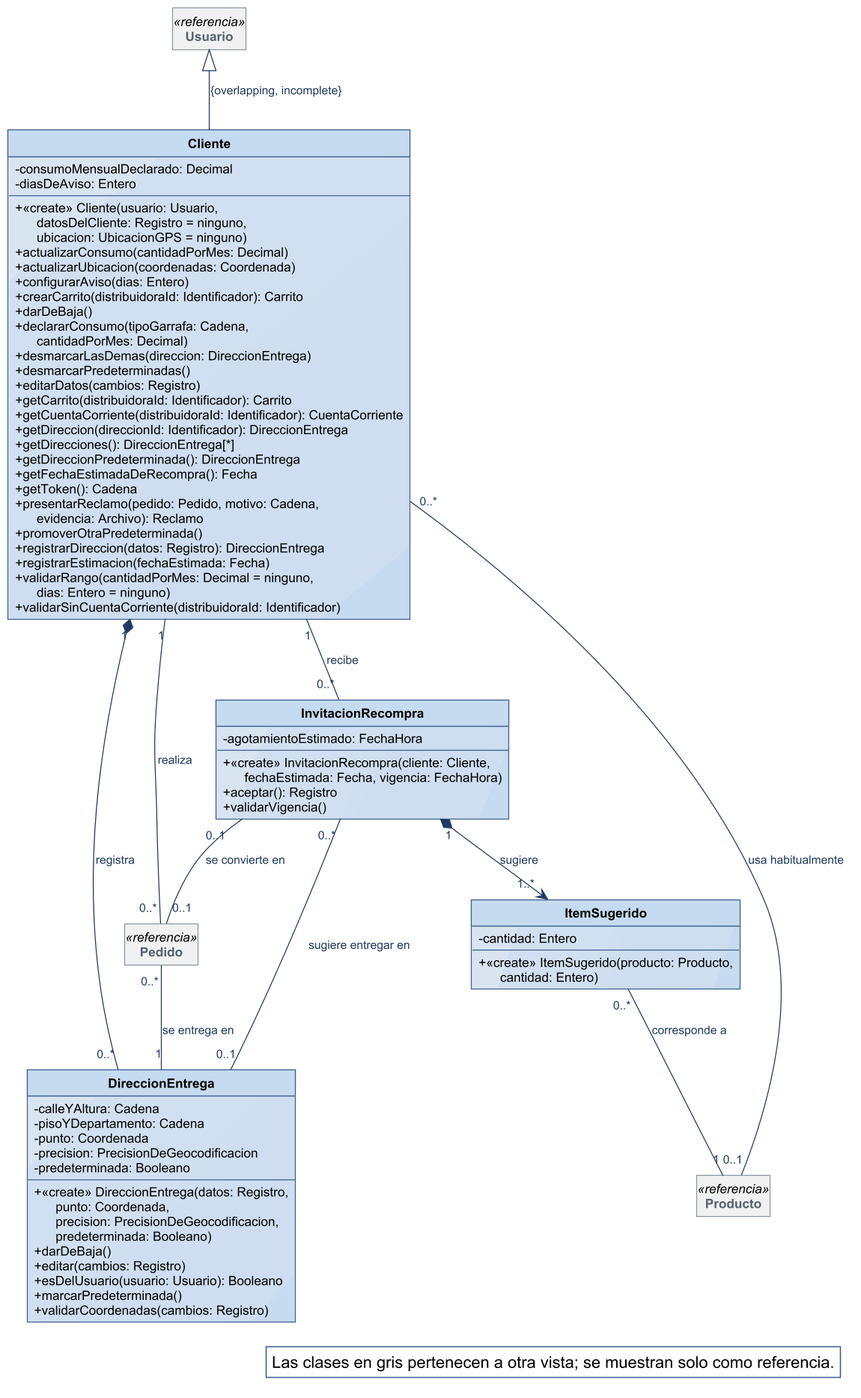
The PlantUML diagram diagramas/clases-diseno/DC_Clientes.png in Nahuelito-Dev/splg-docs, before a commit.
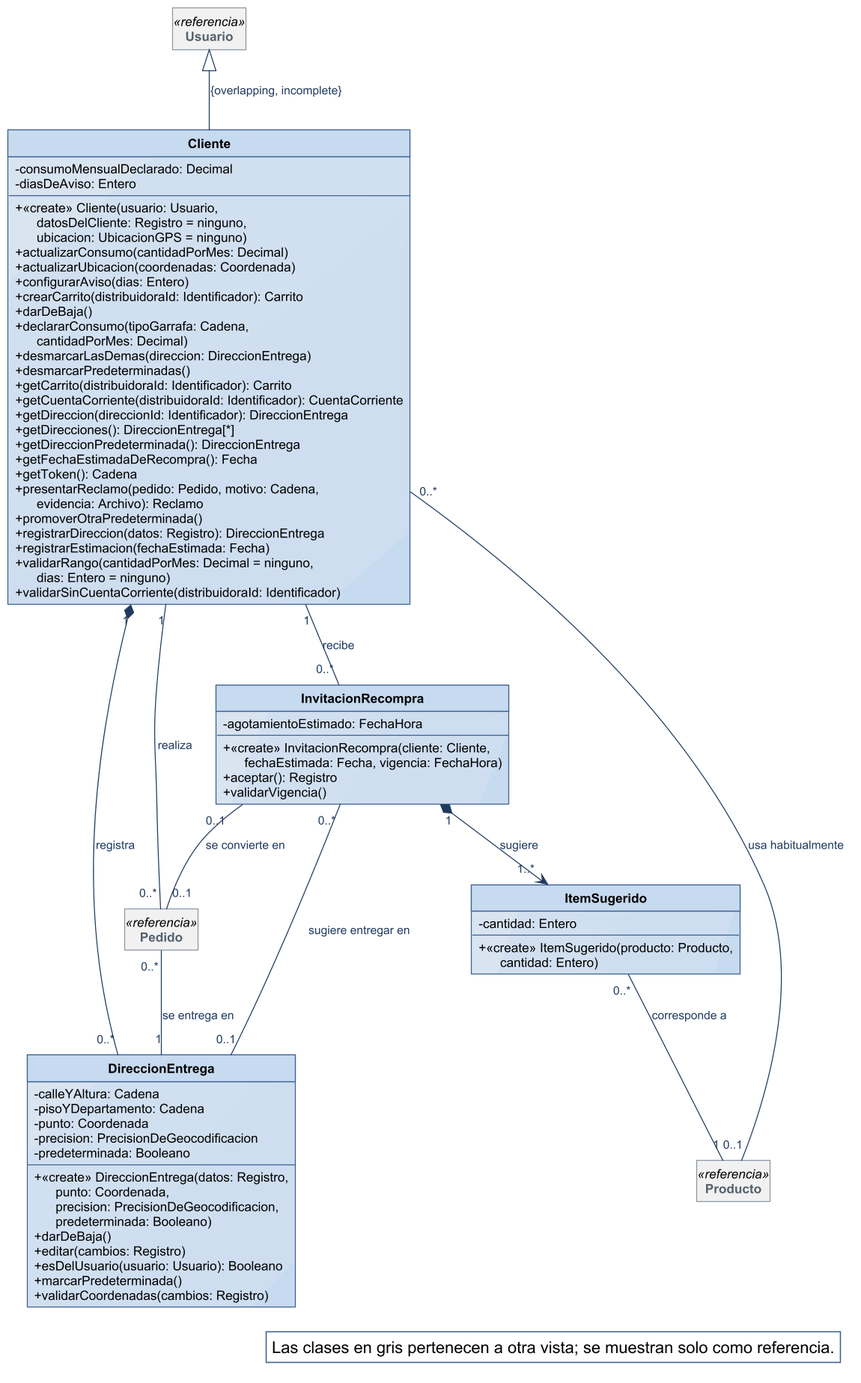
Above is the later version.

What changed in the source:
```diff
@@ -39,7 +39,6 @@
   + declararConsumo(tipoGarrafa: Cadena,\n      cantidadPorMes: Decimal)
   + desmarcarLasDemas(direccion: DireccionEntrega)
   + desmarcarPredeterminadas()
-  + editarDatos(cambios: Registro)
   + getCarrito(distribuidoraId: Identificador): Carrito
   + getCuentaCorriente(distribuidoraId: Identificador): CuentaCorriente
   + getDireccion(direccionId: Identificador): DireccionEntrega
```
